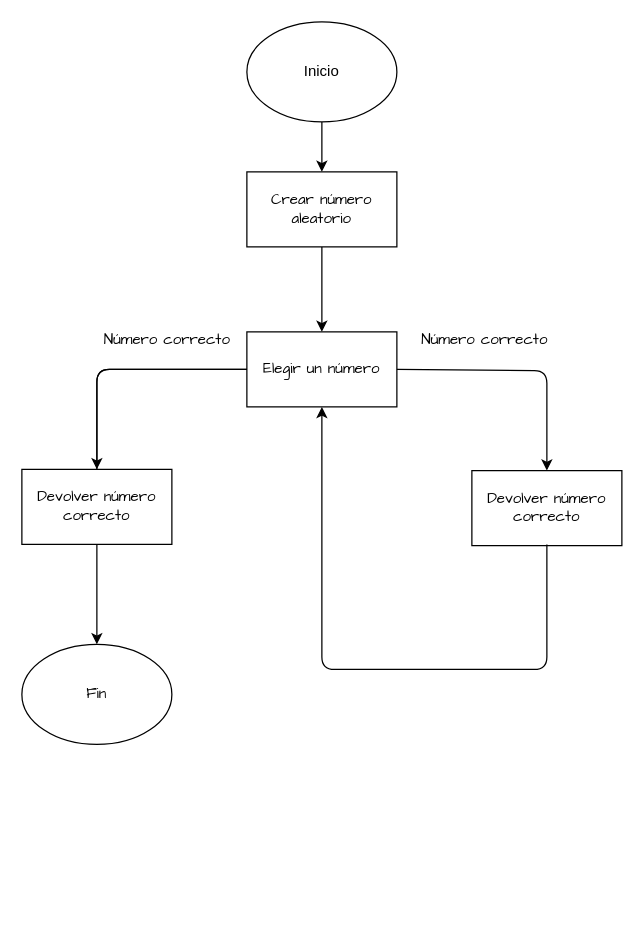
Jojo3235/Adivinar_un_numero keeps this draw.io diagram as diagrama.drawio. Above is the earlier version. Source tidied: cells renumbered, new cells numbered last; positions are measured from the earlier drawing's top-left corner, leaving out a move shared by most shapes. Both pictures are drawn from the tidied source at 125%, with x=0, y=0 at pixel (21, 21).
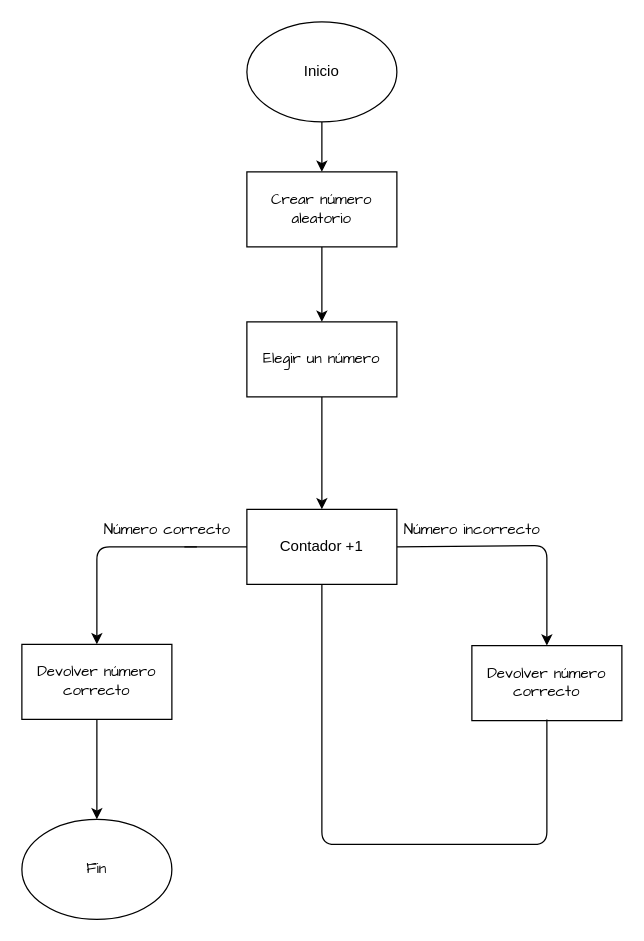
The same page after the edit.

The change refers to these unchanged cells:
```xml
<mxCell id="14" value="Crear número aleatorio" style="rounded=0;whiteSpace=wrap;html=1;fontFamily=Comic Sans MS;" parent="1" vertex="1">
  <mxGeometry x="180" y="120" width="120" height="60" as="geometry" />
</mxCell>
```

Change to the diagram source:
```diff
@@
     <mxCell id="3" value="Elegir un número" style="rounded=0;whiteSpace=wrap;html=1;fontFamily=Comic Sans MS;" parent="1" vertex="1">
-      <mxGeometry x="180" y="248" width="120" height="60" as="geometry" />
+      <mxGeometry x="180" y="240" width="120" height="60" as="geometry" />
     </mxCell>
-    <mxCell id="4" style="endArrow=none;html=1;fontFamily=Comic Sans MS;" parent="1" edge="1">
-      <mxGeometry relative="1" as="geometry">
-        <mxPoint x="60" y="358" as="sourcePoint" />
-        <mxPoint x="180" y="278" as="targetPoint" />
-        <Array as="points">
-          <mxPoint x="60" y="278" />
-        </Array>
-      </mxGeometry>
-    </mxCell>
-    <mxCell id="5" style="endArrow=classic;html=1;fontFamily=Comic Sans MS;exitX=0;exitY=0.5;exitDx=0;exitDy=0;" parent="1" edge="1" source="3">
+    <mxCell id="5" style="endArrow=classic;html=1;fontFamily=Comic Sans MS;startArrow=none;" parent="1" edge="1">
       <mxGeometry relative="1" as="geometry">
-        <mxPoint x="60" y="358" as="targetPoint" />
+        <mxPoint x="140" y="420" as="sourcePoint" />
+        <mxPoint x="60" y="498" as="targetPoint" />
         <Array as="points">
-          <mxPoint x="60" y="278" />
+          <mxPoint x="60" y="420" />
         </Array>
       </mxGeometry>
     </mxCell>
     <mxCell id="6" value="Devolver número&lt;br&gt;correcto" style="rounded=0;whiteSpace=wrap;html=1;fontFamily=Comic Sans MS;" parent="1" vertex="1">
-      <mxGeometry y="358" width="120" height="60" as="geometry" />
+      <mxGeometry y="498" width="120" height="60" as="geometry" />
     </mxCell>
-    <mxCell id="7" value="Número correcto" style="text;strokeColor=none;fillColor=none;align=left;verticalAlign=middle;spacingLeft=4;spacingRight=4;overflow=hidden;fontFamily=Comic Sans MS;" parent="1" vertex="1">
-      <mxGeometry x="60" y="238" width="120" height="30" as="geometry" />
-    </mxCell>
-    <mxCell id="8" style="endArrow=classic;html=1;fontFamily=Comic Sans MS;exitX=1;exitY=0.5;exitDx=0;exitDy=0;" parent="1" edge="1" source="3">
+    <mxCell id="8" style="endArrow=classic;html=1;fontFamily=Comic Sans MS;exitX=1;exitY=0.5;exitDx=0;exitDy=0;" parent="1" edge="1" source="17">
       <mxGeometry relative="1" as="geometry">
-        <mxPoint x="420" y="359" as="targetPoint" />
+        <mxPoint x="420" y="499" as="targetPoint" />
         <Array as="points">
-          <mxPoint x="420" y="279" />
+          <mxPoint x="420" y="419" />
         </Array>
       </mxGeometry>
     </mxCell>
     <mxCell id="9" value="Devolver número&lt;br&gt;correcto" style="rounded=0;whiteSpace=wrap;html=1;fontFamily=Comic Sans MS;" parent="1" vertex="1">
-      <mxGeometry x="360" y="359" width="120" height="60" as="geometry" />
+      <mxGeometry x="360" y="499" width="120" height="60" as="geometry" />
     </mxCell>
-    <mxCell id="10" value="Número correcto" style="text;strokeColor=none;fillColor=none;align=left;verticalAlign=middle;spacingLeft=4;spacingRight=4;overflow=hidden;fontFamily=Comic Sans MS;" parent="1" vertex="1">
-      <mxGeometry x="314" y="238" width="120" height="30" as="geometry" />
+    <mxCell id="10" value="Número incorrecto" style="text;strokeColor=none;fillColor=none;align=left;verticalAlign=middle;spacingLeft=4;spacingRight=4;overflow=hidden;fontFamily=Comic Sans MS;" parent="1" vertex="1">
+      <mxGeometry x="300" y="390" width="120" height="30" as="geometry" />
     </mxCell>
-    <mxCell id="11" style="endArrow=classic;html=1;fontFamily=Comic Sans MS;exitX=1;exitY=0.5;exitDx=0;exitDy=0;entryX=0.5;entryY=1;entryDx=0;entryDy=0;" parent="1" edge="1" target="3">
-      <mxGeometry relative="1" as="geometry">
-        <mxPoint x="420" y="418" as="sourcePoint" />
-        <Array as="points">
-          <mxPoint x="420" y="518" />
-          <mxPoint x="240" y="518" />
-        </Array>
-      </mxGeometry>
-    </mxCell>
     <mxCell id="12" value="Fin" style="ellipse;whiteSpace=wrap;html=1;fontFamily=Comic Sans MS;" parent="1" vertex="1">
-      <mxGeometry y="498" width="120" height="80" as="geometry" />
+      <mxGeometry y="638" width="120" height="80" as="geometry" />
     </mxCell>
@@
-    <mxCell id="16" style="endArrow=classic;html=1;fontFamily=Comic Sans MS;entryX=0.5;entryY=0;entryDx=0;entryDy=0;" parent="1" edge="1" target="3">
-      <mxGeometry relative="1" as="geometry">
-        <mxPoint x="240" y="180" as="sourcePoint" />
-      </mxGeometry>
+    <mxCell id="16" style="endArrow=classic;html=1;fontFamily=Comic Sans MS;entryX=0.5;entryY=0;entryDx=0;entryDy=0;exitX=0.5;exitY=1;exitDx=0;exitDy=0;" parent="1" edge="1" source="3" target="17">
+      <mxGeometry relative="1" as="geometry" />
     </mxCell>
+    <mxCell id="17" value="Contador +1" style="rounded=0;whiteSpace=wrap;html=1;" parent="1" vertex="1">
+      <mxGeometry x="180" y="390" width="120" height="60" as="geometry" />
+    </mxCell>
+    <mxCell id="18" style="endArrow=none;html=1;fontFamily=Comic Sans MS;exitX=1;exitY=0.5;exitDx=0;exitDy=0;entryX=0.5;entryY=1;entryDx=0;entryDy=0;" parent="1" edge="1" target="17">
+      <mxGeometry relative="1" as="geometry">
+        <mxPoint x="420" y="558" as="sourcePoint" />
+        <Array as="points">
+          <mxPoint x="420" y="658" />
+          <mxPoint x="240" y="658" />
+        </Array>
+      </mxGeometry>
+    </mxCell>
+    <mxCell id="19" style="endArrow=classic;html=1;fontFamily=Comic Sans MS;entryX=0.5;entryY=0;entryDx=0;entryDy=0;exitX=0.5;exitY=1;exitDx=0;exitDy=0;" parent="1" edge="1" source="14" target="3">
+      <mxGeometry relative="1" as="geometry" />
+    </mxCell>
+    <mxCell id="7" value="Número correcto" style="text;strokeColor=none;fillColor=none;align=left;verticalAlign=middle;spacingLeft=4;spacingRight=4;overflow=hidden;fontFamily=Comic Sans MS;" parent="1" vertex="1">
+      <mxGeometry x="60" y="390" width="120" height="30" as="geometry" />
+    </mxCell>
+    <mxCell id="20" style="endArrow=none;html=1;fontFamily=Comic Sans MS;exitX=0;exitY=0.5;exitDx=0;exitDy=0;" parent="1" edge="1" source="17">
+      <mxGeometry relative="1" as="geometry">
+        <mxPoint x="130" y="420" as="targetPoint" />
+      </mxGeometry>
+    </mxCell>
```
